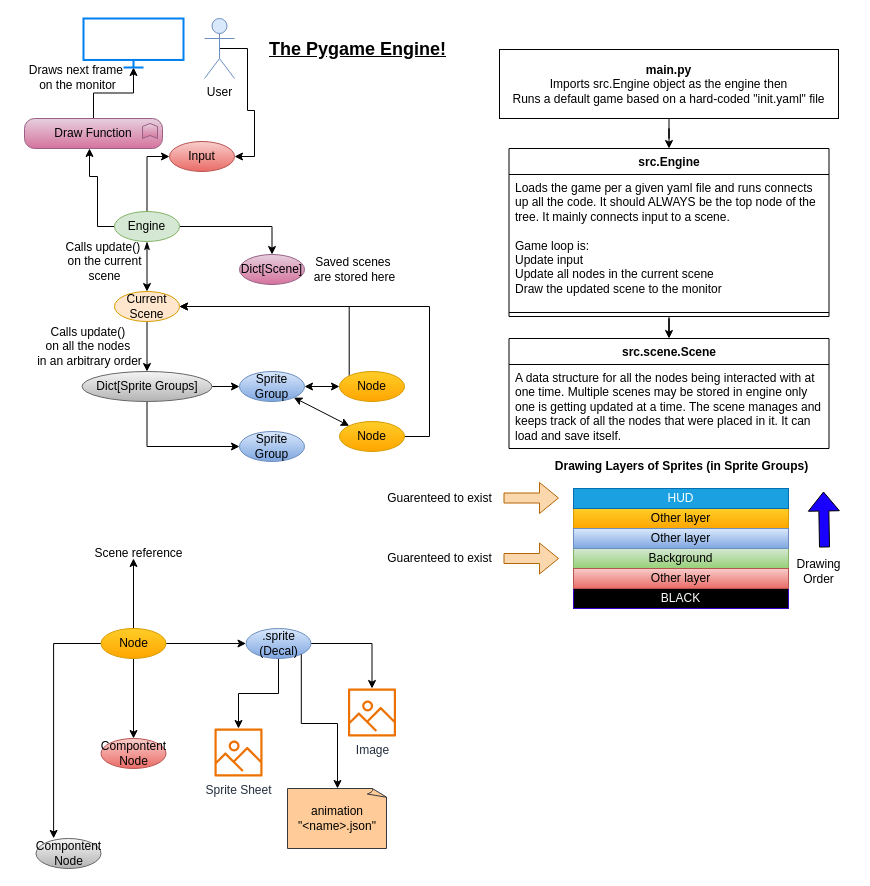
Before: docs/state_map.drawio in flythereddflagg/RCA, a draw.io diagram. Source tidied: cells renumbered, new cells numbered last; positions are measured from the earlier drawing's top-left corner, leaving out a move shared by most shapes. Both pictures are drawn from the tidied source at 100%, with x=0, y=0 at pixel (17, 18).
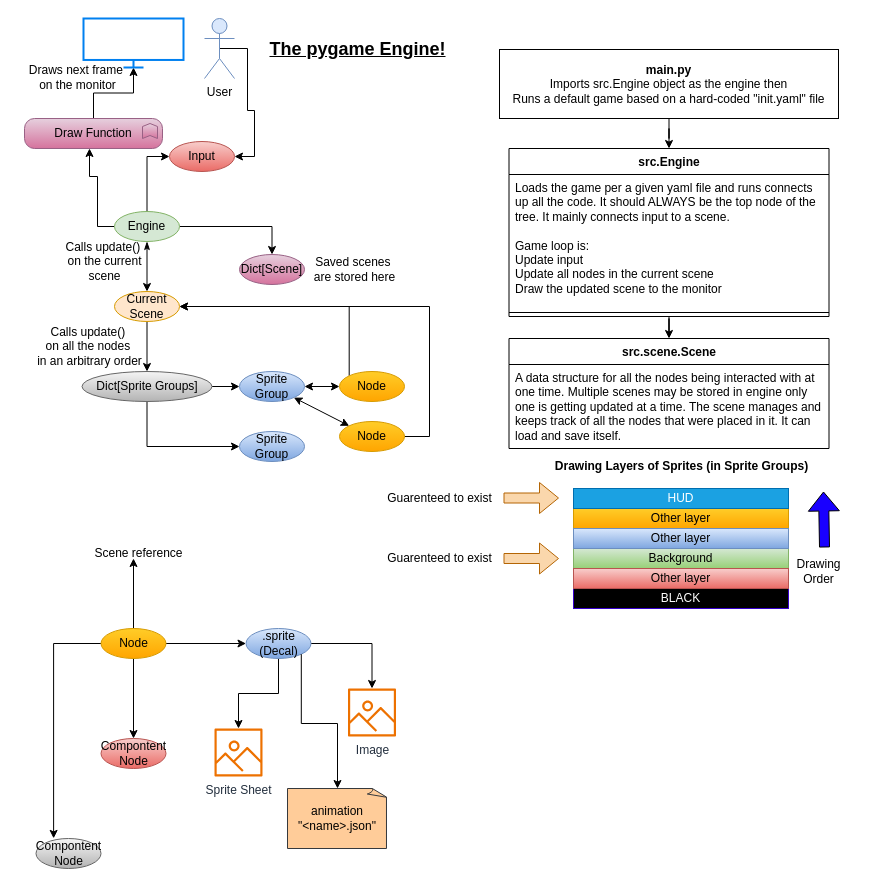
Above is the later version.

What changed in the source:
```diff
@@
-    <mxCell id="43" value="The Pygame Engine!" style="text;html=1;align=center;verticalAlign=middle;strokeColor=none;fillColor=none;fontSize=18;fontStyle=5;" parent="1" vertex="1">
+    <mxCell id="43" value="The pygame Engine!" style="text;html=1;align=center;verticalAlign=middle;strokeColor=none;fillColor=none;fontSize=18;fontStyle=5;" parent="1" vertex="1">
       <mxGeometry x="245" y="11" width="190" height="40" as="geometry" />
     </mxCell>
```
